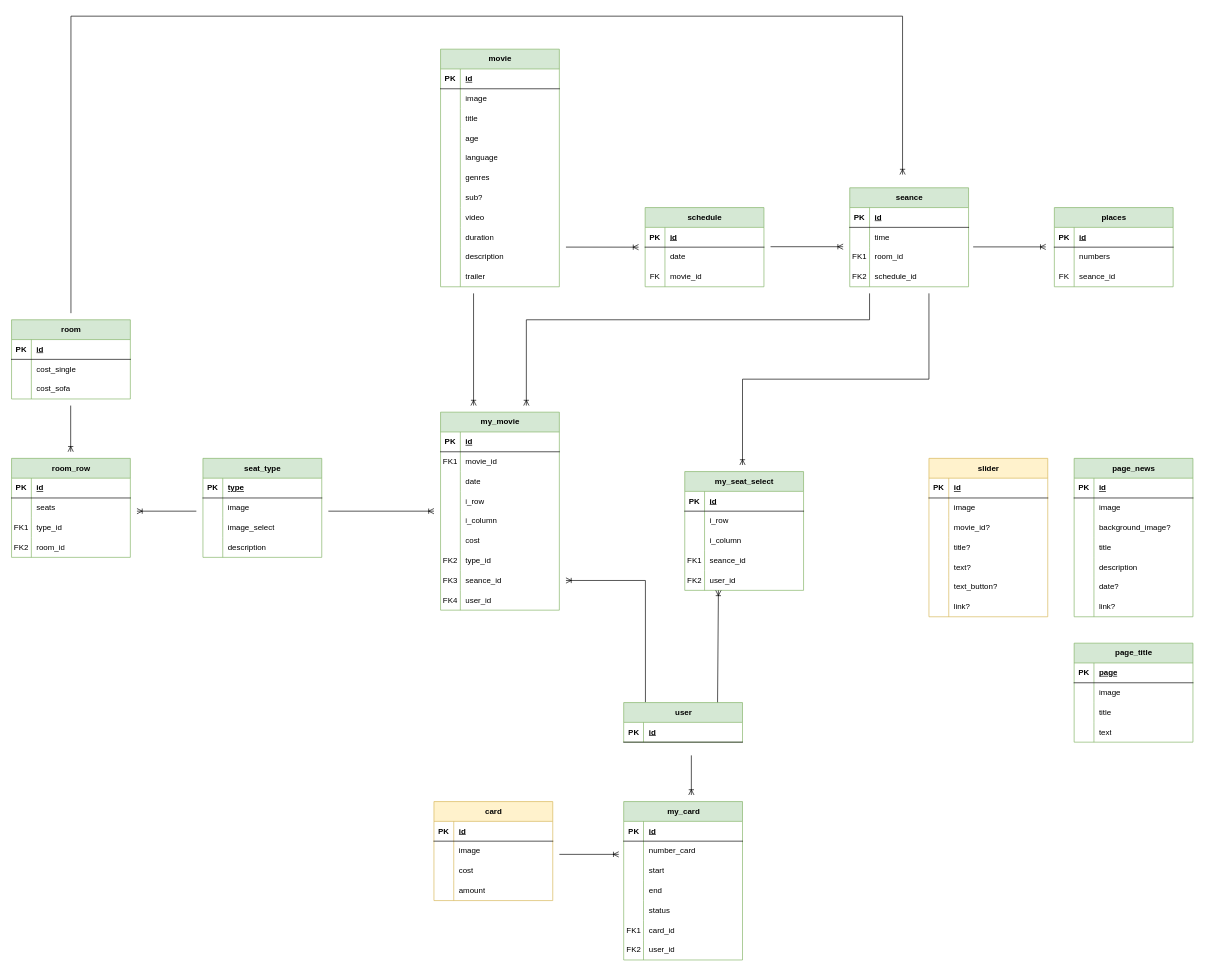
Earlier version of the draw.io diagram backend/Диаграмма классов.drawio (DeeMooR/Silver-Screen). Source tidied: cells renumbered, new cells numbered last; positions are measured from the earlier drawing's top-left corner, leaving out a move shared by most shapes. Both pictures are drawn from the tidied source at 66%, with x=0, y=0 at pixel (11, 16).
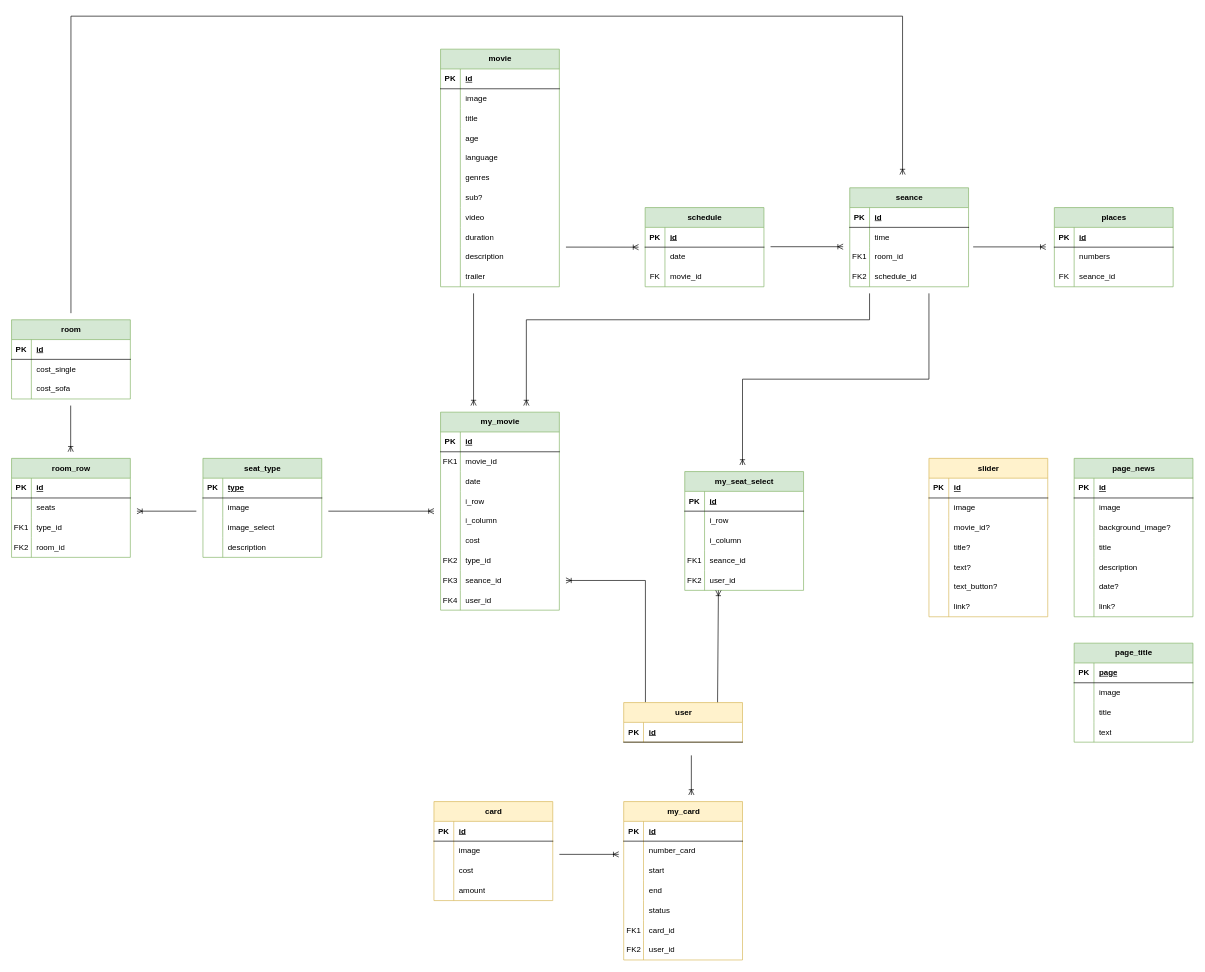
Above is the later version.

The edit, as a diff of the source:
```diff
@@
-    <mxCell id="2" value="user" style="shape=table;startSize=30;childLayout=tableLayout;rowLines=0;fontStyle=1;align=center;html=1;fillColor=#d5e8d4;strokeColor=#82b366;" parent="1" vertex="1">
+    <mxCell id="2" value="user" style="shape=table;startSize=30;childLayout=tableLayout;rowLines=0;fontStyle=1;align=center;html=1;fillColor=#fff2cc;strokeColor=#d6b656;" parent="1" vertex="1">
       <mxGeometry x="927.5" y="1040" width="180" height="60" as="geometry" />
     </mxCell>
@@
-    <mxCell id="6" value="my_card" style="shape=table;startSize=30;childLayout=tableLayout;rowLines=0;fontStyle=1;align=center;html=1;fillColor=#d5e8d4;strokeColor=#82b366;" parent="1" vertex="1">
+    <mxCell id="6" value="my_card" style="shape=table;startSize=30;childLayout=tableLayout;rowLines=0;fontStyle=1;align=center;html=1;fillColor=#fff2cc;strokeColor=#d6b656;" parent="1" vertex="1">
       <mxGeometry x="927.5" y="1190" width="180" height="240" as="geometry" />
     </mxCell>
```
